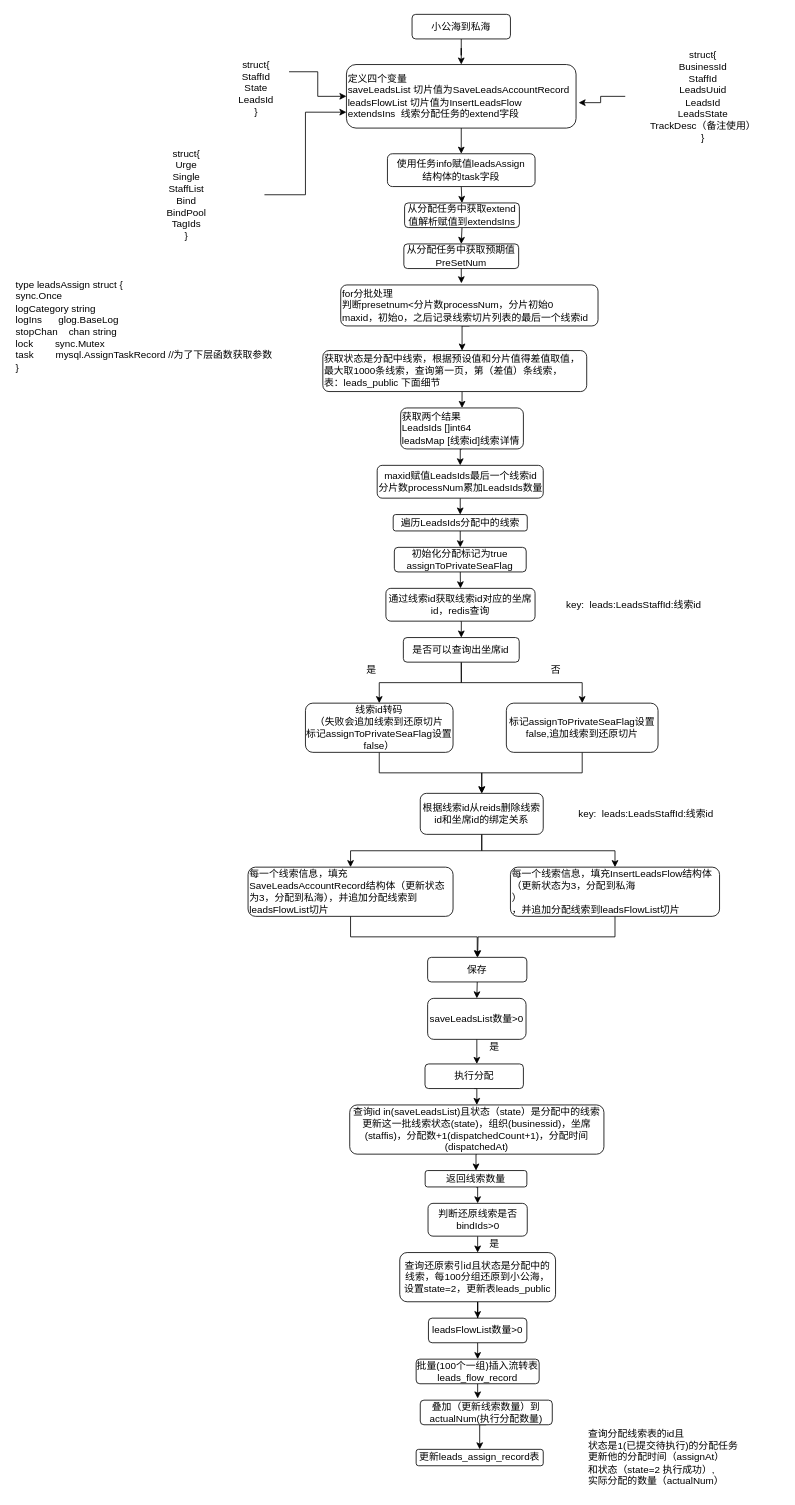
Earlier version of the draw.io diagram 小公海分配到私海.drawio (jilinhao/test). Source tidied: cells renumbered, new cells numbered last; positions are measured from the earlier drawing's top-left corner, leaving out a move shared by most shapes. Both pictures are drawn from the tidied source at 82%, with x=0, y=0 at pixel (14, 14).
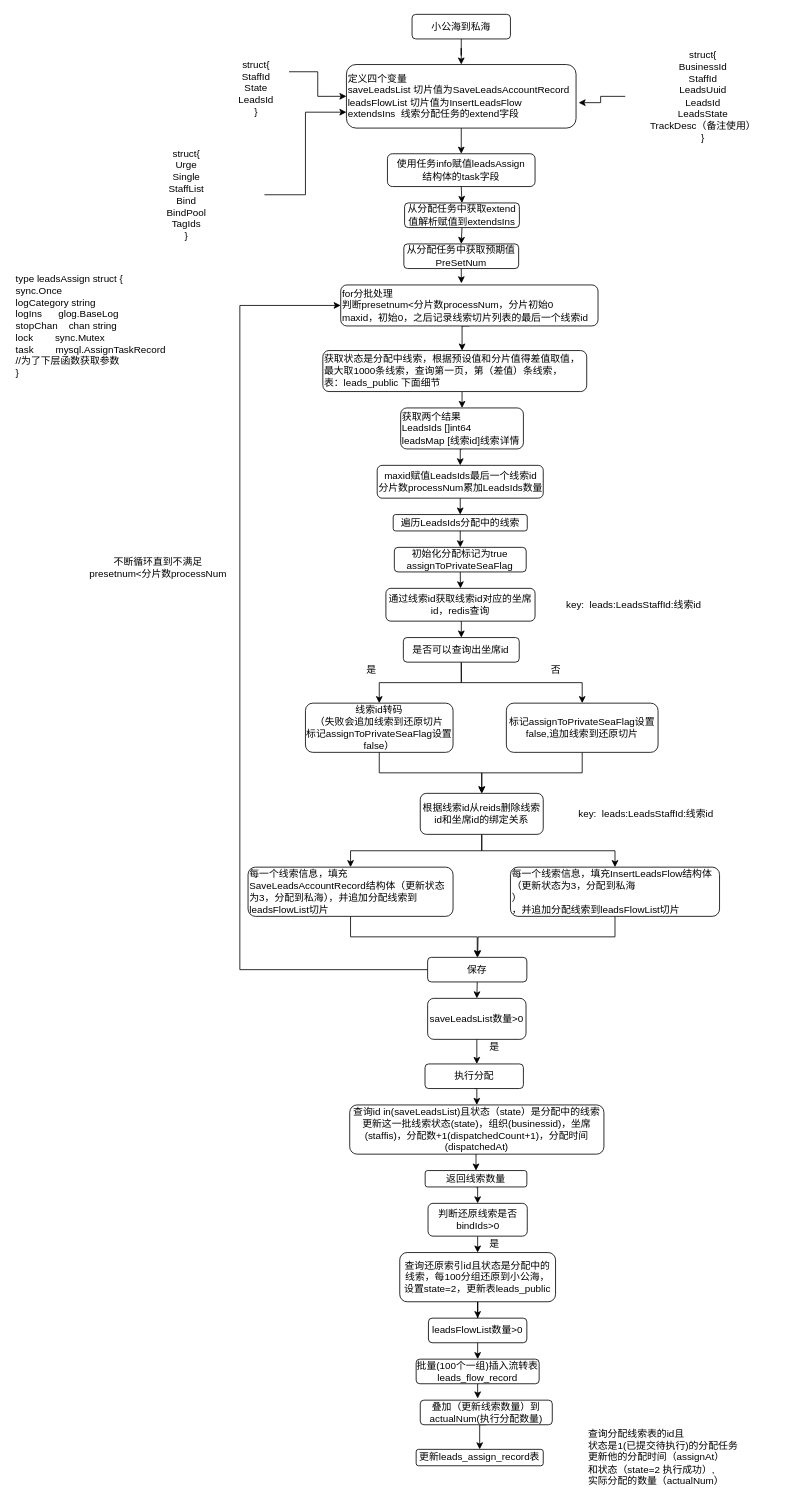
The same diagram, later.

Commit message (it also covers changes not shown here):
Update 小公海分配到私海.drawio

The change refers to these unchanged cells:
```xml
<mxCell id="15" value="for分批处理&lt;br&gt;判断presetnum&amp;lt;分片数processNum，分片初始0&lt;br&gt;maxid，初始0，之后记录线索切片列表的最后一个线索id" style="rounded=1;whiteSpace=wrap;html=1;align=left;" parent="1" vertex="1">
  <mxGeometry x="398" y="330" width="313.8" height="50" as="geometry" />
</mxCell>
<mxCell id="52" value="保存" style="rounded=1;whiteSpace=wrap;html=1;" parent="1" vertex="1">
  <mxGeometry x="504" y="1150" width="121" height="30" as="geometry" />
</mxCell>
```

Change to the diagram source:
```diff
@@
-    <mxCell id="24" value="&lt;div&gt;type leadsAssign struct {&lt;/div&gt;&lt;div&gt;&lt;span&gt; &lt;/span&gt;sync.Once&lt;/div&gt;&lt;div&gt;&lt;span&gt; &lt;/span&gt;logCategory string&lt;/div&gt;&lt;div&gt;&lt;span&gt; &lt;/span&gt;logIns&amp;nbsp; &amp;nbsp; &amp;nbsp; glog.BaseLog&lt;/div&gt;&lt;div&gt;&lt;span&gt; &lt;/span&gt;stopChan&amp;nbsp; &amp;nbsp; chan string&lt;/div&gt;&lt;div&gt;&lt;span&gt; &lt;/span&gt;lock&amp;nbsp; &amp;nbsp; &amp;nbsp; &amp;nbsp; sync.Mutex&lt;/div&gt;&lt;div&gt;&lt;span&gt; &lt;/span&gt;task&amp;nbsp; &amp;nbsp; &amp;nbsp; &amp;nbsp; mysql.AssignTaskRecord //为了下层函数获取参数&lt;/div&gt;&lt;div&gt;}&lt;/div&gt;" style="text;html=1;align=left;verticalAlign=middle;" parent="1" vertex="1">
-      <mxGeometry y="320" width="330" height="120" as="geometry" />
+    <mxCell id="24" value="&lt;div&gt;type leadsAssign struct {&lt;/div&gt;&lt;div&gt;&lt;span&gt; &lt;/span&gt;sync.Once&lt;/div&gt;&lt;div&gt;&lt;span&gt; &lt;/span&gt;logCategory string&lt;/div&gt;&lt;div&gt;&lt;span&gt; &lt;/span&gt;logIns&amp;nbsp; &amp;nbsp; &amp;nbsp; glog.BaseLog&lt;/div&gt;&lt;div&gt;&lt;span&gt; &lt;/span&gt;stopChan&amp;nbsp; &amp;nbsp; chan string&lt;/div&gt;&lt;div&gt;&lt;span&gt; &lt;/span&gt;lock&amp;nbsp; &amp;nbsp; &amp;nbsp; &amp;nbsp; sync.Mutex&lt;/div&gt;&lt;div&gt;&lt;span&gt; &lt;/span&gt;task&amp;nbsp; &amp;nbsp; &amp;nbsp; &amp;nbsp; mysql.AssignTaskRecord&amp;nbsp;&lt;/div&gt;&lt;div&gt;//为了下层函数获取参数&lt;/div&gt;&lt;div&gt;}&lt;/div&gt;" style="text;html=1;align=left;verticalAlign=middle;" parent="1" vertex="1">
+      <mxGeometry y="315" width="200" height="130" as="geometry" />
     </mxCell>
@@
+    <mxCell id="75" style="edgeStyle=orthogonalEdgeStyle;rounded=0;jettySize=auto;html=1;exitX=0;exitY=0.5;exitDx=0;exitDy=0;entryX=0;entryY=0.5;entryDx=0;entryDy=0;" parent="1" edge="1" source="52" target="15">
+      <mxGeometry relative="1" as="geometry">
+        <Array as="points">
+          <mxPoint x="275" y="1165" />
+          <mxPoint x="275" y="355" />
+        </Array>
+      </mxGeometry>
+    </mxCell>
@@
+    <mxCell id="76" style="text;html=1;align=center;verticalAlign=middle;" parent="1" vertex="1">
+      <mxGeometry x="155" y="650" width="20" height="20" as="geometry" />
+    </mxCell>
+    <mxCell id="77" value="不断循环直到不满足&lt;br&gt;&lt;span style=&quot;text-align: left&quot;&gt;presetnum&amp;lt;分片数processNum&lt;/span&gt;" style="text;html=1;align=center;verticalAlign=middle;" parent="1" vertex="1">
+      <mxGeometry x="85" y="660" width="180" height="30" as="geometry" />
+    </mxCell>
```
